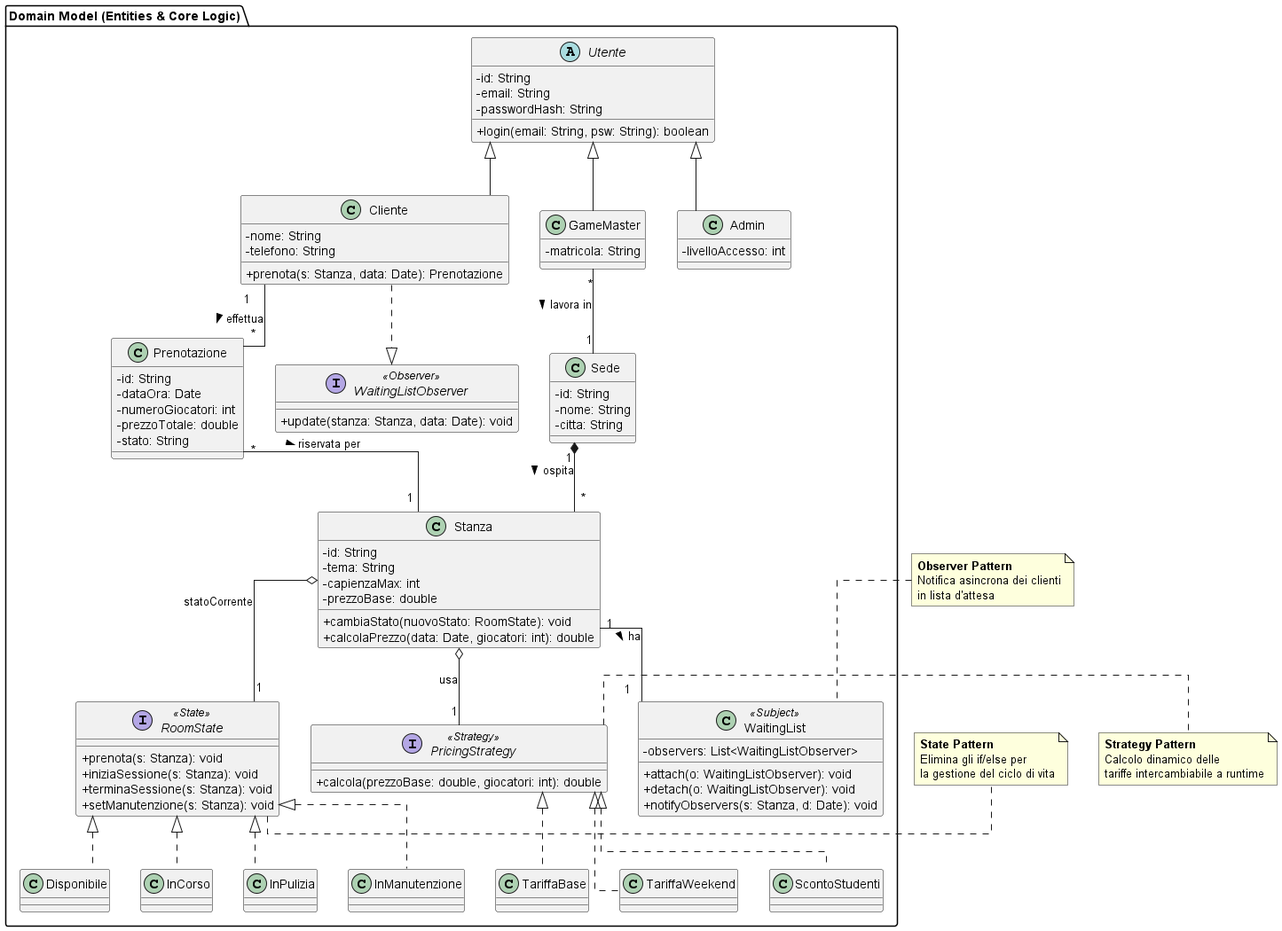
Earlier version of the PlantUML export LaTeX/images/domain_model.png (Adrycasta04/EscapeManager).
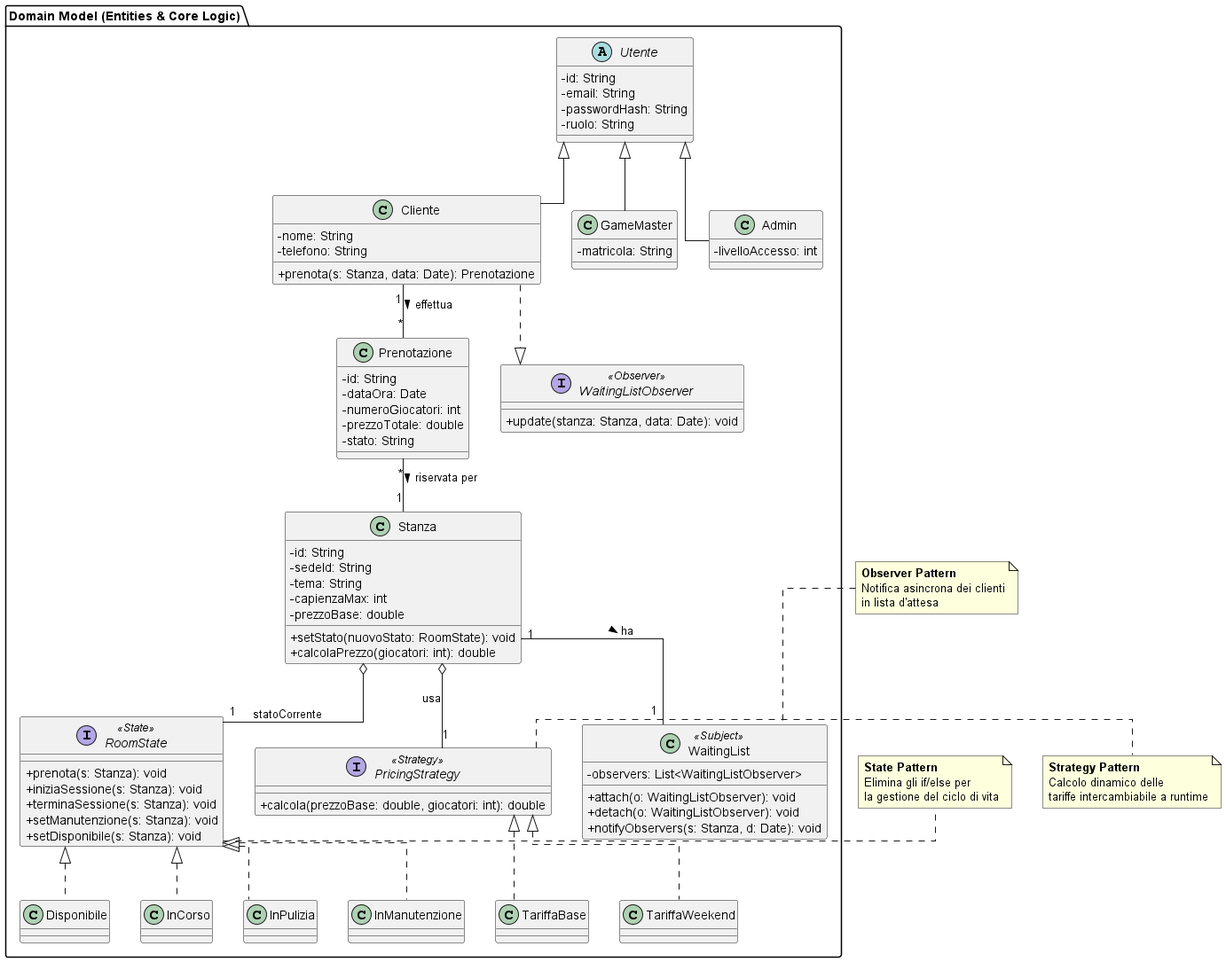
Later version of the same file.

What changed in the source:
```diff
@@ -1,4 +1,4 @@
-@startuml domain_model.puml
+@startuml domain_model
 skinparam classAttributeIconSize 0
 skinparam linetype ortho
 
@@ -8,7 +8,7 @@
         - id: String
         - email: String
         - passwordHash: String
-        + login(email: String, psw: String): boolean
+        - ruolo: String
     }
     class Cliente {
         - nome: String
@@ -25,23 +25,15 @@
     Utente <|-- GameMaster
     Utente <|-- Admin
 
-    class Sede {
-        - id: String
-        - nome: String
-        - citta: String
-    }
-
     class Stanza {
         - id: String
+        - sedeId: String
         - tema: String
         - capienzaMax: int
         - prezzoBase: double
-        + cambiaStato(nuovoStato: RoomState): void
-        + calcolaPrezzo(data: Date, giocatori: int): double
+        + setStato(nuovoStato: RoomState): void
+        + calcolaPrezzo(giocatori: int): double
     }
-
-    Sede "1" *-- "*" Stanza : ospita >
-    GameMaster "*" -- "1" Sede : lavora in >
 
     class Prenotazione {
         - id: String
@@ -70,6 +62,7 @@
         + iniziaSessione(s: Stanza): void
         + terminaSessione(s: Stanza): void
         + setManutenzione(s: Stanza): void
+        + setDisponibile(s: Stanza): void
     }
     class Disponibile implements RoomState
     class InCorso implements RoomState
@@ -83,7 +76,6 @@
     }
     class TariffaBase implements PricingStrategy
     class TariffaWeekend implements PricingStrategy
-    class ScontoStudenti implements PricingStrategy
 
     Stanza o-- "1" PricingStrategy : usa
 }
```
